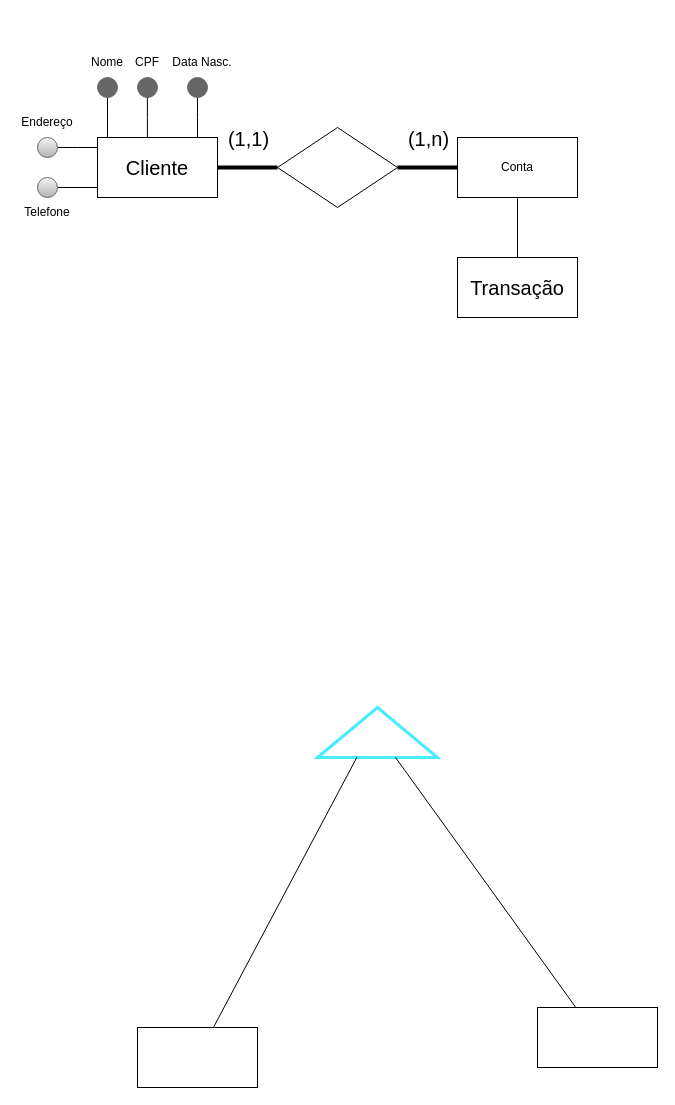
This is diagrama/Diagrama Sistema Bancario.drawio from Eric-Catarina/Sistema-Bancario, a draw.io file, before an edit. Source tidied: cells renumbered, new cells numbered last; positions are measured from the earlier drawing's top-left corner, leaving out a move shared by most shapes. Both pictures are drawn from the tidied source at 100%, with x=0, y=0 at pixel (17, 47).
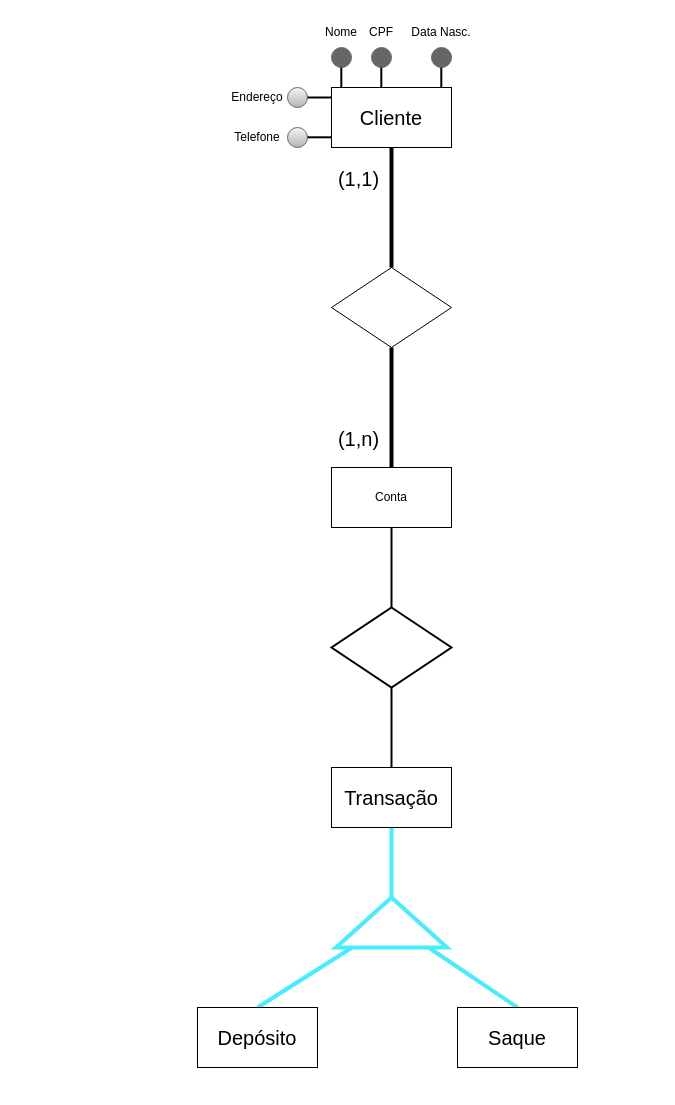
The same page after the edit.

Commit message:
Alinhamento Central

Change to the diagram source:
```diff
@@
-    <mxCell id="2" style="edgeStyle=orthogonalEdgeStyle;rounded=0;jettySize=auto;html=1;entryX=0.5;entryY=1;entryDx=0;entryDy=0;endArrow=none;endFill=0;" parent="1" edge="1" source="7" target="10">
-      <mxGeometry relative="1" as="geometry">
-        <Array as="points">
-          <mxPoint x="90" y="70" />
-          <mxPoint x="90" y="70" />
-        </Array>
-      </mxGeometry>
-    </mxCell>
-    <mxCell id="3" style="edgeStyle=orthogonalEdgeStyle;rounded=0;jettySize=auto;html=1;entryX=0.5;entryY=1;entryDx=0;entryDy=0;endArrow=none;endFill=0;" parent="1" edge="1" source="7" target="14">
-      <mxGeometry relative="1" as="geometry">
-        <Array as="points">
-          <mxPoint x="180" y="70" />
-          <mxPoint x="180" y="70" />
-        </Array>
-      </mxGeometry>
-    </mxCell>
-    <mxCell id="4" style="edgeStyle=orthogonalEdgeStyle;rounded=0;jettySize=auto;html=1;endArrow=none;endFill=0;" parent="1" edge="1" source="7" target="16">
-      <mxGeometry relative="1" as="geometry">
-        <Array as="points">
-          <mxPoint x="60" y="100" />
-          <mxPoint x="60" y="100" />
-        </Array>
-      </mxGeometry>
-    </mxCell>
-    <mxCell id="5" style="edgeStyle=orthogonalEdgeStyle;rounded=0;jettySize=auto;html=1;fontSize=20;endArrow=none;endFill=0;strokeWidth=4;" parent="1" edge="1" source="7" target="23">
-      <mxGeometry relative="1" as="geometry">
-        <Array as="points">
-          <mxPoint x="230" y="120" />
-          <mxPoint x="230" y="120" />
-        </Array>
-      </mxGeometry>
-    </mxCell>
-    <mxCell id="6" value="(1,1)" style="edgeLabel;html=1;align=center;verticalAlign=middle;fontSize=20;" parent="5" vertex="1">
-      <mxGeometry x="-0.7" y="-1" relative="1" as="geometry">
-        <mxPoint x="21" y="-31" as="offset" />
-      </mxGeometry>
-    </mxCell>
     <mxCell id="7" value="&lt;font style=&quot;font-size: 20px;&quot;&gt;Cliente&lt;/font&gt;" style="rounded=0;whiteSpace=wrap;html=1;" parent="1" vertex="1">
-      <mxGeometry x="80" y="90" width="120" height="60" as="geometry" />
+      <mxGeometry x="314" y="40" width="120" height="60" as="geometry" />
     </mxCell>
-    <mxCell id="8" style="edgeStyle=none;rounded=0;jettySize=auto;html=1;entryX=0.5;entryY=0;entryDx=0;entryDy=0;strokeColor=#000000;strokeWidth=1;fontSize=20;endArrow=none;endFill=0;" parent="1" edge="1" source="9" target="30">
-      <mxGeometry relative="1" as="geometry" />
-    </mxCell>
     <mxCell id="9" value="Conta" style="rounded=0;whiteSpace=wrap;html=1;" parent="1" vertex="1">
-      <mxGeometry x="440" y="90" width="120" height="60" as="geometry" />
+      <mxGeometry x="314" y="420" width="120" height="60" as="geometry" />
     </mxCell>
     <mxCell id="10" style="ellipse;whiteSpace=wrap;html=1;fillColor=#666666;fontColor=#333333;strokeColor=#666666;" parent="1" vertex="1">
-      <mxGeometry x="80" y="30" width="20" height="20" as="geometry" />
+      <mxGeometry x="314" width="20" height="20" as="geometry" />
     </mxCell>
     <mxCell id="11" value="Nome" style="text;html=1;strokeColor=none;fillColor=none;align=center;verticalAlign=middle;whiteSpace=wrap;rounded=0;" parent="1" vertex="1">
-      <mxGeometry x="60" width="60" height="30" as="geometry" />
+      <mxGeometry x="294" y="-30" width="60" height="30" as="geometry" />
     </mxCell>
     <mxCell id="12" style="ellipse;whiteSpace=wrap;html=1;fillColor=#666666;fontColor=#333333;strokeColor=#666666;" parent="1" vertex="1">
-      <mxGeometry x="120" y="30" width="20" height="20" as="geometry" />
+      <mxGeometry x="354" width="20" height="20" as="geometry" />
     </mxCell>
     <mxCell id="13" value="CPF" style="text;html=1;strokeColor=none;fillColor=none;align=center;verticalAlign=middle;whiteSpace=wrap;rounded=0;" parent="1" vertex="1">
-      <mxGeometry x="100" width="60" height="30" as="geometry" />
+      <mxGeometry x="334" y="-30" width="60" height="30" as="geometry" />
     </mxCell>
     <mxCell id="14" style="ellipse;whiteSpace=wrap;html=1;fillColor=#666666;fontColor=#333333;strokeColor=#666666;" parent="1" vertex="1">
-      <mxGeometry x="170" y="30" width="20" height="20" as="geometry" />
+      <mxGeometry x="414" width="20" height="20" as="geometry" />
     </mxCell>
     <mxCell id="15" value="Data Nasc." style="text;html=1;strokeColor=none;fillColor=none;align=center;verticalAlign=middle;whiteSpace=wrap;rounded=0;" parent="1" vertex="1">
-      <mxGeometry x="150" width="70" height="30" as="geometry" />
+      <mxGeometry x="389" y="-30" width="70" height="30" as="geometry" />
     </mxCell>
     <mxCell id="16" style="ellipse;whiteSpace=wrap;html=1;fillColor=#f5f5f5;strokeColor=#666666;gradientColor=#b3b3b3;" parent="1" vertex="1">
-      <mxGeometry x="20" y="90" width="20" height="20" as="geometry" />
+      <mxGeometry x="270" y="40" width="20" height="20" as="geometry" />
     </mxCell>
-    <mxCell id="17" style="edgeStyle=orthogonalEdgeStyle;rounded=0;jettySize=auto;html=1;endArrow=none;endFill=0;" parent="1" edge="1" target="18">
-      <mxGeometry relative="1" as="geometry">
-        <mxPoint x="80" y="130" as="sourcePoint" />
-        <Array as="points">
-          <mxPoint x="80" y="140" />
-        </Array>
-      </mxGeometry>
-    </mxCell>
     <mxCell id="18" style="ellipse;whiteSpace=wrap;html=1;fillColor=#f5f5f5;strokeColor=#666666;gradientColor=#b3b3b3;" parent="1" vertex="1">
-      <mxGeometry x="20" y="130" width="20" height="20" as="geometry" />
+      <mxGeometry x="270" y="80" width="20" height="20" as="geometry" />
     </mxCell>
     <mxCell id="19" value="Telefone" style="text;html=1;strokeColor=none;fillColor=none;align=center;verticalAlign=middle;whiteSpace=wrap;rounded=0;" parent="1" vertex="1">
-      <mxGeometry y="150" width="60" height="30" as="geometry" />
+      <mxGeometry x="210" y="75" width="60" height="30" as="geometry" />
     </mxCell>
     <mxCell id="20" value="Endereço" style="text;html=1;strokeColor=none;fillColor=none;align=center;verticalAlign=middle;whiteSpace=wrap;rounded=0;" parent="1" vertex="1">
-      <mxGeometry y="60" width="60" height="30" as="geometry" />
+      <mxGeometry x="210" y="35" width="60" height="30" as="geometry" />
     </mxCell>
-    <mxCell id="21" style="edgeStyle=orthogonalEdgeStyle;rounded=0;jettySize=auto;html=1;entryX=0;entryY=0.5;entryDx=0;entryDy=0;strokeWidth=4;fontSize=20;endArrow=none;endFill=0;" parent="1" edge="1" source="23" target="9">
+    <mxCell id="21" style="edgeStyle=orthogonalEdgeStyle;rounded=0;jettySize=auto;html=1;strokeWidth=4;fontSize=20;endArrow=none;endFill=0;entryX=0.5;entryY=0;entryDx=0;entryDy=0;" parent="1" edge="1" source="23" target="9">
       <mxGeometry relative="1" as="geometry" />
     </mxCell>
     <mxCell id="22" value="(1,n)" style="edgeLabel;html=1;align=center;verticalAlign=middle;fontSize=20;" parent="21" vertex="1">
       <mxGeometry x="0.74" y="-1" relative="1" as="geometry">
-        <mxPoint x="-22" y="-31" as="offset" />
+        <mxPoint x="-33" y="-14" as="offset" />
       </mxGeometry>
     </mxCell>
+    <mxCell id="31" style="edgeStyle=none;rounded=0;jettySize=auto;html=1;entryX=0.5;entryY=1;entryDx=0;entryDy=0;strokeColor=#000000;strokeWidth=4;fontSize=20;endArrow=none;endFill=0;" parent="1" edge="1" source="23" target="7">
+      <mxGeometry relative="1" as="geometry" />
+    </mxCell>
+    <mxCell id="6" value="(1,1)" style="edgeLabel;html=1;align=center;verticalAlign=middle;fontSize=20;" parent="31" vertex="1">
+      <mxGeometry x="0.48" y="1" relative="1" as="geometry">
+        <mxPoint x="-33" y="-1" as="offset" />
+      </mxGeometry>
+    </mxCell>
     <mxCell id="23" style="rhombus;whiteSpace=wrap;html=1;fontSize=20;" parent="1" vertex="1">
-      <mxGeometry x="260" y="80" width="120" height="80" as="geometry" />
+      <mxGeometry x="314" y="220" width="120" height="80" as="geometry" />
     </mxCell>
-    <mxCell id="24" style="edgeStyle=orthogonalEdgeStyle;rounded=0;orthogonalLoop=1;jettySize=auto;html=1;entryX=0.5;entryY=1;entryDx=0;entryDy=0;endArrow=none;endFill=0;" parent="1" edge="1">
-      <mxGeometry relative="1" as="geometry">
-        <mxPoint x="129.9" y="90" as="sourcePoint" />
-        <mxPoint x="129.9" y="50" as="targetPoint" />
-        <Array as="points">
-          <mxPoint x="129.9" y="70" />
-          <mxPoint x="129.9" y="70" />
-        </Array>
-      </mxGeometry>
-    </mxCell>
+    <mxCell id="32" style="edgeStyle=none;rounded=0;jettySize=auto;html=1;entryX=0.5;entryY=0;entryDx=0;entryDy=0;strokeColor=#47EDFF;strokeWidth=4;fontSize=20;endArrow=none;endFill=0;" parent="1" edge="1" source="25" target="29">
+      <mxGeometry relative="1" as="geometry" />
+    </mxCell>
+    <mxCell id="33" style="edgeStyle=none;rounded=0;jettySize=auto;html=1;entryX=0.5;entryY=0;entryDx=0;entryDy=0;strokeColor=#47EDFF;strokeWidth=4;fontSize=20;endArrow=none;endFill=0;" parent="1" edge="1" source="25" target="27">
+      <mxGeometry relative="1" as="geometry" />
+    </mxCell>
+    <mxCell id="34" style="edgeStyle=none;rounded=0;jettySize=auto;html=1;entryX=0.5;entryY=1;entryDx=0;entryDy=0;strokeColor=#47EDFF;strokeWidth=4;fontSize=20;endArrow=none;endFill=0;" parent="1" edge="1" source="25" target="30">
+      <mxGeometry relative="1" as="geometry" />
+    </mxCell>
-    <mxCell id="25" style="triangle;whiteSpace=wrap;html=1;fontSize=20;direction=north;strokeColor=#47EDFF;strokeWidth=3;" parent="1" vertex="1">
-      <mxGeometry x="300" y="660" width="120" height="50" as="geometry" />
+    <mxCell id="25" style="triangle;whiteSpace=wrap;html=1;fontSize=20;direction=north;strokeColor=#47EDFF;strokeWidth=4;" parent="1" vertex="1">
+      <mxGeometry x="318.5" y="850" width="111" height="50" as="geometry" />
     </mxCell>
-    <mxCell id="26" style="jettySize=auto;html=1;entryX=0.007;entryY=0.329;entryDx=0;entryDy=0;entryPerimeter=0;strokeColor=#000000;strokeWidth=1;fontSize=20;endArrow=none;endFill=0;rounded=0;" parent="1" edge="1" source="27" target="25">
-      <mxGeometry relative="1" as="geometry" />
-    </mxCell>
-    <mxCell id="27" style="rounded=0;whiteSpace=wrap;html=1;strokeColor=#000000;strokeWidth=1;fontSize=20;" parent="1" vertex="1">
-      <mxGeometry x="120" y="980" width="120" height="60" as="geometry" />
+    <mxCell id="27" value="Depósito" style="rounded=0;whiteSpace=wrap;html=1;strokeColor=#000000;strokeWidth=1;fontSize=20;" parent="1" vertex="1">
+      <mxGeometry x="180" y="960" width="120" height="60" as="geometry" />
     </mxCell>
-    <mxCell id="28" style="edgeStyle=none;rounded=0;jettySize=auto;html=1;strokeColor=#000000;strokeWidth=1;fontSize=20;endArrow=none;endFill=0;" parent="1" edge="1" source="29" target="25">
-      <mxGeometry relative="1" as="geometry" />
-    </mxCell>
-    <mxCell id="29" style="rounded=0;whiteSpace=wrap;html=1;strokeColor=#000000;strokeWidth=1;fontSize=20;" parent="1" vertex="1">
-      <mxGeometry x="520" y="960" width="120" height="60" as="geometry" />
+    <mxCell id="29" value="Saque" style="rounded=0;whiteSpace=wrap;html=1;strokeColor=#000000;strokeWidth=1;fontSize=20;" parent="1" vertex="1">
+      <mxGeometry x="440" y="960" width="120" height="60" as="geometry" />
     </mxCell>
     <mxCell id="30" value="Transação" style="rounded=0;whiteSpace=wrap;html=1;strokeColor=#000000;strokeWidth=1;fontSize=20;" parent="1" vertex="1">
-      <mxGeometry x="440" y="210" width="120" height="60" as="geometry" />
+      <mxGeometry x="314" y="720" width="120" height="60" as="geometry" />
     </mxCell>
+    <mxCell id="35" style="edgeStyle=none;rounded=0;jettySize=auto;html=1;entryX=0.5;entryY=1;entryDx=0;entryDy=0;strokeColor=#000000;strokeWidth=2;fontSize=20;endArrow=none;endFill=0;" parent="1" edge="1" source="37" target="9">
+      <mxGeometry relative="1" as="geometry" />
+    </mxCell>
+    <mxCell id="36" style="edgeStyle=none;rounded=0;jettySize=auto;html=1;entryX=0.5;entryY=0;entryDx=0;entryDy=0;strokeColor=#000000;strokeWidth=2;fontSize=20;endArrow=none;endFill=0;" parent="1" edge="1" source="37" target="30">
+      <mxGeometry relative="1" as="geometry" />
+    </mxCell>
+    <mxCell id="37" style="rhombus;whiteSpace=wrap;html=1;strokeColor=#000000;strokeWidth=2;fontSize=20;" parent="1" vertex="1">
+      <mxGeometry x="314" y="560" width="120" height="80" as="geometry" />
+    </mxCell>
+    <mxCell id="38" style="endArrow=none;html=1;rounded=0;strokeColor=#000000;strokeWidth=2;fontSize=20;" parent="1" edge="1">
+      <mxGeometry relative="1" as="geometry">
+        <mxPoint x="423.8" y="40" as="sourcePoint" />
+        <mxPoint x="423.8" y="20" as="targetPoint" />
+      </mxGeometry>
+    </mxCell>
+    <mxCell id="39" style="endArrow=none;html=1;rounded=0;strokeColor=#000000;strokeWidth=2;fontSize=20;" parent="1" edge="1">
+      <mxGeometry relative="1" as="geometry">
+        <mxPoint x="363.8" y="40" as="sourcePoint" />
+        <mxPoint x="363.8" y="20" as="targetPoint" />
+      </mxGeometry>
+    </mxCell>
+    <mxCell id="40" style="endArrow=none;html=1;rounded=0;strokeColor=#000000;strokeWidth=2;fontSize=20;" parent="1" edge="1">
+      <mxGeometry relative="1" as="geometry">
+        <mxPoint x="323.8" y="40" as="sourcePoint" />
+        <mxPoint x="323.8" y="20" as="targetPoint" />
+      </mxGeometry>
+    </mxCell>
+    <mxCell id="41" style="endArrow=none;html=1;rounded=0;strokeColor=#000000;strokeWidth=2;fontSize=20;exitX=1;exitY=0.5;exitDx=0;exitDy=0;" parent="1" edge="1" source="16">
+      <mxGeometry relative="1" as="geometry">
+        <mxPoint x="314" y="50" as="targetPoint" />
+      </mxGeometry>
+    </mxCell>
+    <mxCell id="42" style="endArrow=none;html=1;rounded=0;strokeColor=#000000;strokeWidth=2;fontSize=20;exitX=1;exitY=0.5;exitDx=0;exitDy=0;" parent="1" edge="1">
+      <mxGeometry relative="1" as="geometry">
+        <mxPoint x="290" y="89.8" as="sourcePoint" />
+        <mxPoint x="314" y="89.8" as="targetPoint" />
+      </mxGeometry>
+    </mxCell>
```
